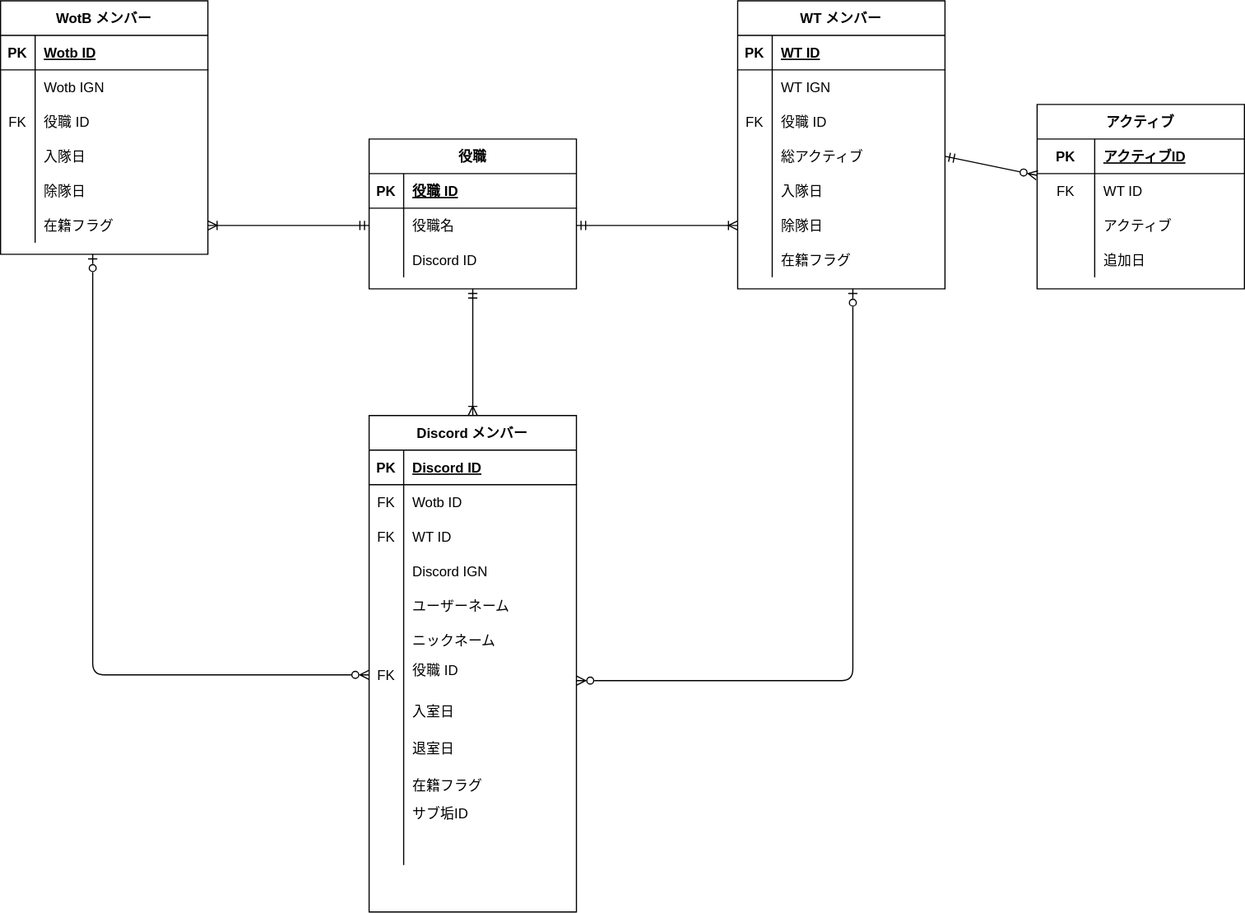
Earlier version of the draw.io export doc/DB-Ronri.drawio.svg (otazero/ClanManagementDiscordBot). Source tidied: cells renumbered, new cells last; positions are measured from the earlier drawing's top-left corner, leaving out a move shared by most shapes.
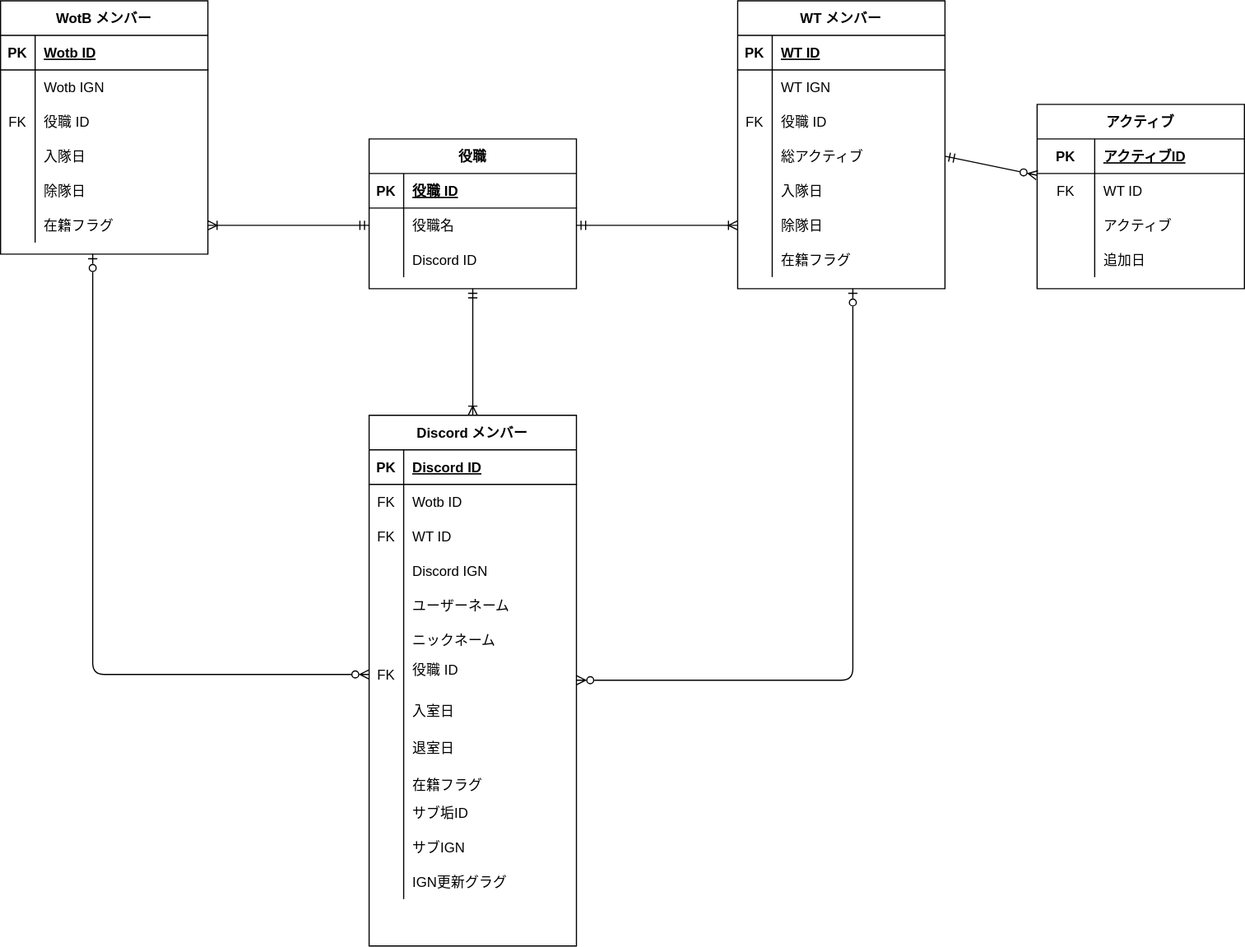
Later version of the same file.

Commit message:
サブIGN(wotb)とIGN更新フラグの追加

Diff of the diagram source:
```diff
@@ -165,7 +165,7 @@
       <mxGeometry width="180" height="430.8" as="geometry" />
     </mxCell>
     <mxCell id="56" value="Discord メンバー" style="shape=table;startSize=30;rowLines=0;fontStyle=1;align=center;" parent="55" vertex="1">
-      <mxGeometry width="180" height="430.8" as="geometry" />
+      <mxGeometry width="180" height="460.8" as="geometry" />
     </mxCell>
     <mxCell id="57" style="shape=partialRectangle;fillColor=none;top=0;left=0;bottom=1;right=0;" parent="56" vertex="1">
       <mxGeometry y="30" width="180" height="30" as="geometry" />
@@ -272,9 +272,18 @@
     <mxCell id="91" style="shape=partialRectangle;fillColor=none;top=0;left=0;bottom=0;right=0;overflow=hidden;" parent="90" vertex="1">
       <mxGeometry width="30" height="30" as="geometry" />
     </mxCell>
-    <mxCell id="92" style="shape=partialRectangle;fillColor=none;top=0;left=0;bottom=0;right=0;align=left;spacingLeft=6;overflow=hidden;" parent="90" vertex="1">
+    <mxCell id="92" value="サブIGN" style="shape=partialRectangle;fillColor=none;top=0;left=0;bottom=0;right=0;align=left;spacingLeft=6;overflow=hidden;" parent="90" vertex="1">
       <mxGeometry x="30" width="150" height="30" as="geometry" />
     </mxCell>
+    <mxCell id="117" style="shape=partialRectangle;fillColor=none;top=0;left=0;bottom=0;right=0;" parent="56" vertex="1">
+      <mxGeometry y="390" width="180" height="30" as="geometry" />
+    </mxCell>
+    <mxCell id="118" style="shape=partialRectangle;fillColor=none;top=0;left=0;bottom=0;right=0;overflow=hidden;" parent="117" vertex="1">
+      <mxGeometry width="30" height="30" as="geometry" />
+    </mxCell>
+    <mxCell id="119" value="IGN更新グラグ" style="shape=partialRectangle;fillColor=none;top=0;left=0;bottom=0;right=0;align=left;spacingLeft=6;overflow=hidden;" parent="117" vertex="1">
+      <mxGeometry x="30" width="150" height="30" as="geometry" />
+    </mxCell>
     <mxCell id="93" style="group;" parent="55" vertex="1">
       <mxGeometry x="30" y="204.6" width="150" height="226.2" as="geometry" />
     </mxCell>
```
